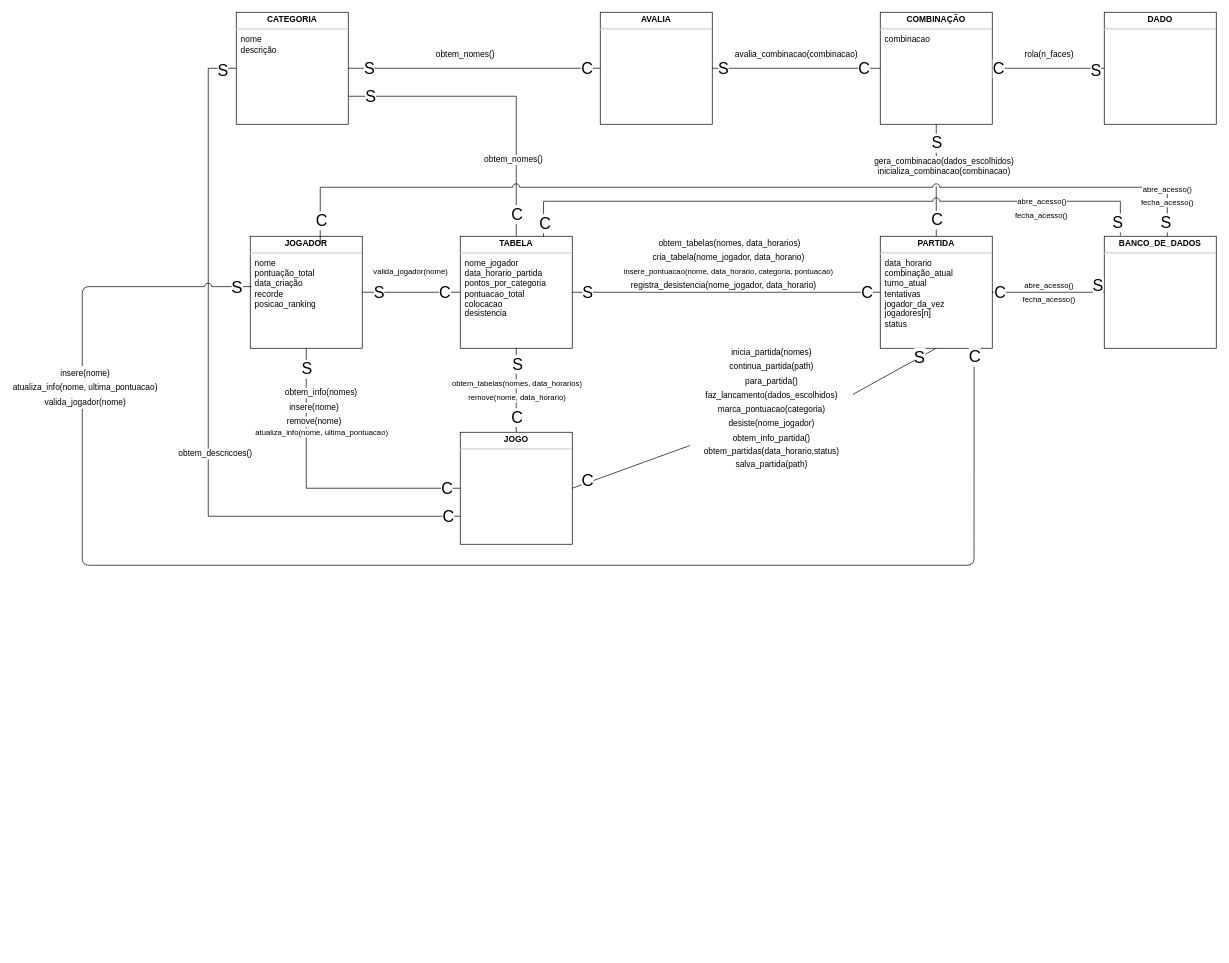
Earlier version of the draw.io diagram diagramas/diagrama_arquitetura_v2.drawio (daanielmenezes/Yahtzee). Source tidied: cells renumbered, new cells numbered last; positions are measured from the earlier drawing's top-left corner, leaving out a move shared by most shapes. Both pictures are drawn from the tidied source at 70%, with x=0, y=0 at pixel (82, 12).
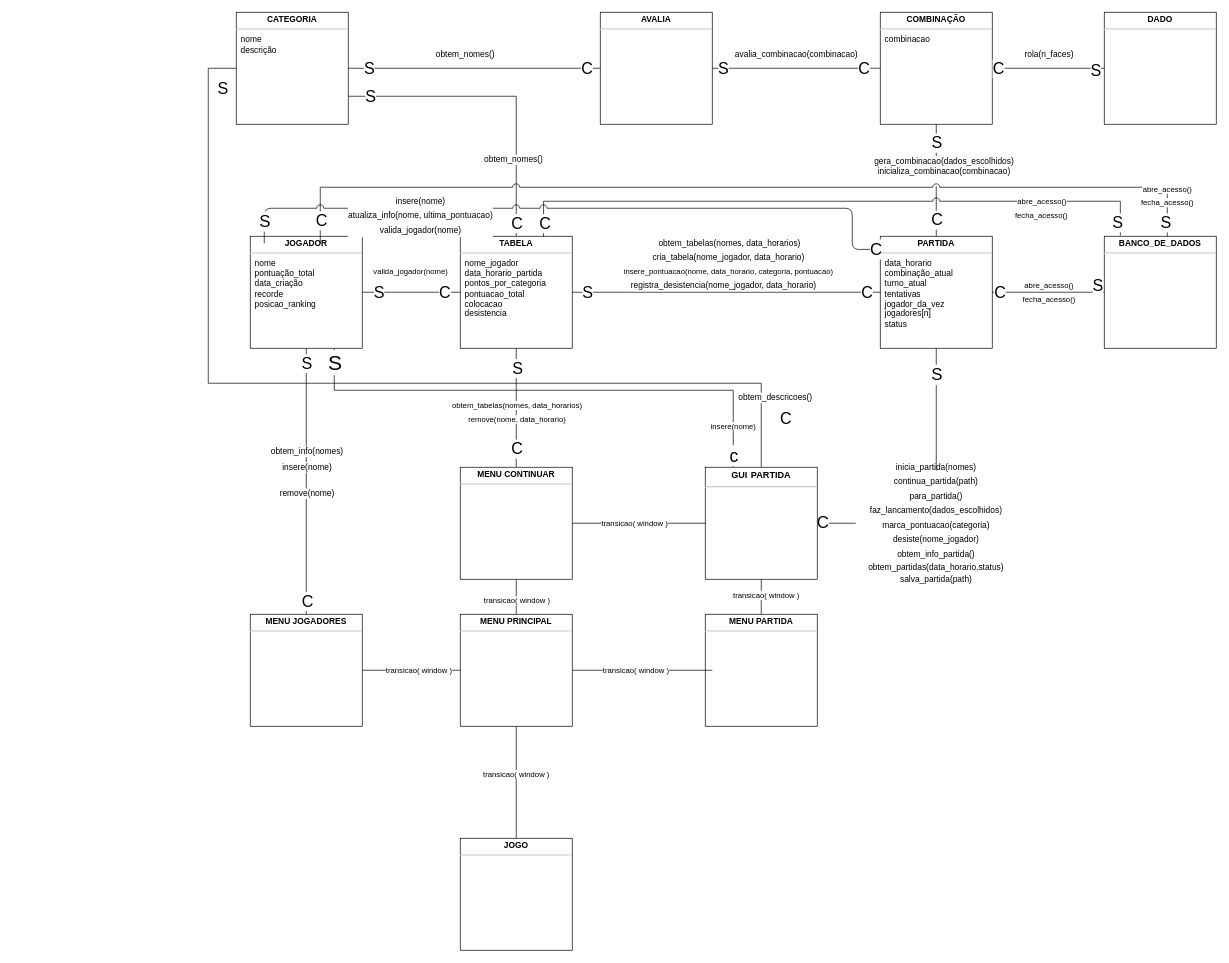
Above is the later version.

Commit message (it also covers changes not shown here):
diagrama arquitetura atualizado

The change refers to these unchanged cells:
```xml
<mxCell id="8" value="&lt;div style=&quot;margin: 4px 0px 0px 0px&quot;&gt;&lt;b&gt;PARTIDA&lt;/b&gt;&lt;/div&gt;&lt;hr&gt;&lt;div style=&quot;text-align: left&quot;&gt;&lt;span&gt;&amp;nbsp; data_&lt;/span&gt;&lt;span&gt;horario&lt;/span&gt;&lt;/div&gt;&lt;div style=&quot;text-align: left&quot;&gt;&lt;span&gt;&amp;nbsp; combinação_atual&lt;/span&gt;&lt;/div&gt;&lt;div style=&quot;text-align: left&quot;&gt;&lt;span&gt;&amp;nbsp; turno_atual&lt;/span&gt;&lt;/div&gt;&lt;div style=&quot;text-align: left&quot;&gt;&amp;nbsp; tentativas&lt;/div&gt;&lt;div style=&quot;text-align: left&quot;&gt;&lt;span&gt;&amp;nbsp; jogador_da_vez&lt;/span&gt;&lt;/div&gt;&lt;div style=&quot;text-align: left&quot;&gt;&lt;span&gt;&amp;nbsp; jogadores[n]&lt;/span&gt;&lt;/div&gt;&lt;div style=&quot;text-align: left&quot;&gt;&lt;span&gt;&amp;nbsp; status&lt;/span&gt;&lt;/div&gt;&lt;div style=&quot;text-align: left&quot;&gt;&lt;span&gt;&amp;nbsp;&amp;nbsp;&lt;/span&gt;&lt;/div&gt;" style="verticalAlign=top;align=center;overflow=fill;fontSize=12;fontFamily=Helvetica;html=1;rounded=0;shadow=0;comic=0;labelBackgroundColor=none;strokeWidth=1;spacingTop=17;" parent="1" vertex="1">
  <mxGeometry x="1140" y="320" width="160" height="160" as="geometry" />
</mxCell>
<mxCell id="14" value="&lt;p style=&quot;text-align: center ; margin: 4px 0px 0px&quot;&gt;&lt;b&gt;TABELA&lt;/b&gt;&lt;/p&gt;&lt;hr&gt;&amp;nbsp; nome_jogador&lt;br&gt;&amp;nbsp; data_horario_partida&lt;br&gt;&amp;nbsp; pontos_por_categoria&lt;br&gt;&amp;nbsp; pontuacao_total&lt;br&gt;&amp;nbsp; colocacao&lt;br&gt;&amp;nbsp; desistencia" style="verticalAlign=top;align=left;overflow=fill;fontSize=12;fontFamily=Helvetica;html=1;rounded=0;shadow=0;comic=0;labelBackgroundColor=none;strokeWidth=1;" parent="1" vertex="1">
  <mxGeometry x="540" y="320" width="160" height="160" as="geometry" />
</mxCell>
<mxCell id="15" value="&lt;p style=&quot;margin: 4px 0px 0px ; text-align: center&quot;&gt;&lt;b&gt;CATEGORIA&lt;/b&gt;&lt;/p&gt;&lt;hr&gt;&amp;nbsp; nome&lt;br&gt;&amp;nbsp; descrição" style="verticalAlign=top;align=left;overflow=fill;fontSize=12;fontFamily=Helvetica;html=1;rounded=0;shadow=0;comic=0;labelBackgroundColor=none;strokeWidth=1;" parent="1" vertex="1">
  <mxGeometry x="220" width="160" height="160" as="geometry" />
</mxCell>
<mxCell id="18" value="&lt;p style=&quot;margin: 4px 0px 0px ; text-align: center&quot;&gt;&lt;b&gt;JOGADOR&lt;/b&gt;&lt;/p&gt;&lt;hr&gt;&amp;nbsp; nome&lt;br&gt;&amp;nbsp; pontuação_total&lt;br&gt;&amp;nbsp; data_criação&lt;br&gt;&amp;nbsp; recorde&lt;br&gt;&amp;nbsp; posicao_ranking" style="verticalAlign=top;align=left;overflow=fill;fontSize=12;fontFamily=Helvetica;html=1;rounded=0;shadow=0;comic=0;labelBackgroundColor=none;strokeWidth=1;spacing=2;spacingLeft=0;" parent="1" vertex="1">
  <mxGeometry x="240" y="320" width="160" height="160" as="geometry" />
</mxCell>
<mxCell id="40" style="edgeStyle=orthogonalEdgeStyle;rounded=0;jettySize=auto;html=1;entryX=1;entryY=0.75;entryDx=0;entryDy=0;endArrow=none;endFill=0;exitX=0.5;exitY=0;exitDx=0;exitDy=0;" parent="1" edge="1" source="14" target="15">
  <mxGeometry relative="1" as="geometry" />
</mxCell>
```

What changed in the source:
```diff
@@
-    <mxCell id="2" style="edgeStyle=orthogonalEdgeStyle;rounded=0;jettySize=auto;html=1;exitX=0.5;exitY=0;exitDx=0;exitDy=0;entryX=0.5;entryY=1;entryDx=0;entryDy=0;endArrow=none;endFill=0;" parent="1" edge="1" source="7" target="14">
-      <mxGeometry relative="1" as="geometry">
-        <Array as="points">
-          <mxPoint x="620" y="560" />
-          <mxPoint x="620" y="560" />
-        </Array>
-      </mxGeometry>
+    <mxCell id="2" style="edgeStyle=orthogonalEdgeStyle;rounded=0;jettySize=auto;html=1;entryX=0.5;entryY=1;entryDx=0;entryDy=0;endArrow=none;endFill=0;exitX=0.5;exitY=0;exitDx=0;exitDy=0;" parent="1" edge="1" source="102" target="14">
+      <mxGeometry relative="1" as="geometry" />
     </mxCell>
@@
+    <mxCell id="82" style="edgeStyle=orthogonalEdgeStyle;rounded=0;jettySize=auto;html=1;endArrow=none;endFill=0;" parent="1" edge="1" source="7" target="96">
+      <mxGeometry relative="1" as="geometry" />
+    </mxCell>
+    <mxCell id="83" value="transicao( window )" style="edgeLabel;html=1;align=center;verticalAlign=middle;" parent="82" vertex="1">
+      <mxGeometry x="0.15" y="1" relative="1" as="geometry" />
+    </mxCell>
     <mxCell id="7" value="&lt;p style=&quot;margin: 4px 0px 0px ; text-align: center&quot;&gt;&lt;b&gt;JOGO&lt;/b&gt;&lt;/p&gt;&lt;hr&gt;&amp;nbsp;&amp;nbsp;&lt;br&gt;&amp;nbsp;&amp;nbsp;" style="verticalAlign=top;align=left;overflow=fill;fontSize=12;fontFamily=Helvetica;html=1;rounded=0;shadow=0;comic=0;labelBackgroundColor=none;strokeWidth=1;" parent="1" vertex="1">
-      <mxGeometry x="540" y="600" width="160" height="160" as="geometry" />
+      <mxGeometry x="540" y="1180" width="160" height="160" as="geometry" />
     </mxCell>
@@
+    <mxCell id="84" style="edgeStyle=orthogonalEdgeStyle;rounded=0;jettySize=auto;html=1;exitX=0.75;exitY=1;exitDx=0;exitDy=0;entryX=0.25;entryY=0;entryDx=0;entryDy=0;endArrow=none;endFill=0;" parent="1" edge="1" source="18" target="88">
+      <mxGeometry relative="1" as="geometry">
+        <Array as="points">
+          <mxPoint x="360" y="540" />
+          <mxPoint x="930" y="540" />
+        </Array>
+      </mxGeometry>
+    </mxCell>
+    <mxCell id="85" value="&lt;font style=&quot;font-size: 25px&quot;&gt;c&lt;/font&gt;" style="edgeLabel;html=1;align=center;verticalAlign=middle;" parent="84" vertex="1">
+      <mxGeometry x="0.95" relative="1" as="geometry" />
+    </mxCell>
+    <mxCell id="86" value="insere(nome)" style="edgeLabel;html=1;align=center;verticalAlign=middle;" parent="84" vertex="1">
+      <mxGeometry x="0.81" y="-1" relative="1" as="geometry">
+        <mxPoint y="11.4" as="offset" />
+      </mxGeometry>
+    </mxCell>
+    <mxCell id="87" value="&lt;font style=&quot;font-size: 30px&quot;&gt;S&lt;/font&gt;" style="edgeLabel;html=1;align=center;verticalAlign=middle;" parent="84" vertex="1">
+      <mxGeometry x="-0.97" y="1" relative="1" as="geometry">
+        <mxPoint x="-1" y="8" as="offset" />
+      </mxGeometry>
+    </mxCell>
@@
-    <mxCell id="19" style="edgeStyle=orthogonalEdgeStyle;rounded=0;jettySize=auto;html=1;entryX=0.5;entryY=1;entryDx=0;entryDy=0;endArrow=none;endFill=0;exitX=0;exitY=0.5;exitDx=0;exitDy=0;" parent="1" edge="1" source="7" target="18">
+    <mxCell id="19" style="edgeStyle=orthogonalEdgeStyle;rounded=0;jettySize=auto;html=1;entryX=0.5;entryY=1;entryDx=0;entryDy=0;endArrow=none;endFill=0;exitX=0.5;exitY=0;exitDx=0;exitDy=0;" parent="1" edge="1" source="97" target="18">
       <mxGeometry relative="1" as="geometry" />
     </mxCell>
@@
     <mxCell id="21" value="&lt;font style=&quot;font-size: 23px&quot;&gt;S&lt;/font&gt;" style="edgeLabel;html=1;align=center;verticalAlign=middle;" parent="19" vertex="1">
       <mxGeometry x="0.86" y="-2" relative="1" as="geometry">
-        <mxPoint x="-2" as="offset" />
+        <mxPoint x="-2" y="-5.7" as="offset" />
       </mxGeometry>
     </mxCell>
     <mxCell id="22" value="&lt;span style=&quot;font-size: 12px&quot;&gt;insere(nome)&lt;/span&gt;" style="edgeLabel;html=1;align=center;verticalAlign=middle;" parent="19" vertex="1">
       <mxGeometry x="0.24" y="-46" relative="1" as="geometry">
-        <mxPoint x="-36" y="-76" as="offset" />
+        <mxPoint x="-46" y="25.8" as="offset" />
       </mxGeometry>
     </mxCell>
     <mxCell id="23" value="&lt;font style=&quot;font-size: 12px&quot;&gt;obtem_info(nomes)&lt;/font&gt;" style="edgeLabel;html=1;align=center;verticalAlign=middle;" parent="19" vertex="1">
       <mxGeometry x="0.25" y="-34" relative="1" as="geometry">
-        <mxPoint x="-14" y="-93.6" as="offset" />
+        <mxPoint x="-34" y="5.8" as="offset" />
       </mxGeometry>
     </mxCell>
     <mxCell id="24" value="&lt;font style=&quot;font-size: 12px&quot;&gt;remove(nome)&lt;/font&gt;" style="edgeLabel;html=1;align=center;verticalAlign=middle;" parent="19" vertex="1">
       <mxGeometry x="0.07" y="-80" relative="1" as="geometry">
-        <mxPoint x="-69.9" y="-90.1" as="offset" />
+        <mxPoint x="-80" y="30.8" as="offset" />
       </mxGeometry>
     </mxCell>
-    <mxCell id="25" value="atualiza_info(nome, ultima_pontuacao)" style="edgeLabel;html=1;align=center;verticalAlign=middle;" parent="19" vertex="1">
-      <mxGeometry x="0.04" y="-81" relative="1" as="geometry">
-        <mxPoint x="19" y="1" as="offset" />
-      </mxGeometry>
-    </mxCell>
@@
     <mxCell id="41" value="&lt;font style=&quot;font-size: 23px&quot;&gt;C&lt;/font&gt;" style="edgeLabel;html=1;align=center;verticalAlign=middle;" parent="40" vertex="1">
       <mxGeometry x="-0.9" relative="1" as="geometry">
-        <mxPoint y="-9.7" as="offset" />
+        <mxPoint y="3" as="offset" />
       </mxGeometry>
     </mxCell>
@@
-    <mxCell id="52" style="edgeStyle=orthogonalEdgeStyle;rounded=0;jettySize=auto;html=1;entryX=0;entryY=0.5;entryDx=0;entryDy=0;endArrow=none;endFill=0;exitX=0;exitY=0.75;exitDx=0;exitDy=0;" parent="1" edge="1" source="7" target="15">
+    <mxCell id="52" style="edgeStyle=orthogonalEdgeStyle;rounded=0;jettySize=auto;html=1;entryX=0;entryY=0.5;entryDx=0;entryDy=0;endArrow=none;endFill=0;" parent="1" edge="1" source="88" target="15">
       <mxGeometry relative="1" as="geometry">
         <Array as="points">
-          <mxPoint x="180" y="720" />
+          <mxPoint x="970" y="530" />
+          <mxPoint x="180" y="530" />
           <mxPoint x="180" y="80" />
         </Array>
       </mxGeometry>
     </mxCell>
@@
     <mxCell id="55" value="&lt;font style=&quot;font-size: 12px&quot;&gt;obtem_descricoes()&lt;/font&gt;" style="edgeLabel;html=1;align=center;verticalAlign=middle;" parent="52" vertex="1">
       <mxGeometry x="0.25" y="-34" relative="1" as="geometry">
-        <mxPoint x="-24.1" y="200" as="offset" />
+        <mxPoint x="774.3" y="54" as="offset" />
       </mxGeometry>
     </mxCell>
@@
-    <mxCell id="73" style="endArrow=none;html=1;exitX=1.004;exitY=0.373;exitDx=0;exitDy=0;entryX=0.5;entryY=1;entryDx=0;entryDy=0;exitPerimeter=0;" parent="1" edge="1" source="75" target="8">
+    <mxCell id="73" style="endArrow=none;html=1;exitX=0.5;exitY=0;exitDx=0;exitDy=0;entryX=0.5;entryY=1;entryDx=0;entryDy=0;" parent="1" edge="1" source="75" target="8">
       <mxGeometry relative="1" as="geometry" />
     </mxCell>
@@
     <mxCell id="75" value="&lt;font style=&quot;font-size: 12px ; line-height: 150%&quot;&gt;&lt;font style=&quot;font-size: 12px ; line-height: 170%&quot;&gt;inicia_partida(nomes)&lt;br&gt;continua_partida(path)&lt;br&gt;para_partida()&lt;br&gt;faz_lancamento(dados_escolhidos)&lt;br&gt;marca_pontuacao(categoria)&lt;br&gt;desiste(nome_jogador)&lt;br&gt;obtem_info_partida(&lt;/font&gt;)&lt;br&gt;obtem_partidas(data_horario,status)&lt;br&gt;salva_partida(path)&lt;br&gt;&lt;/font&gt;" style="text;html=1;strokeColor=none;fillColor=none;align=center;verticalAlign=middle;whiteSpace=wrap;rounded=0;" parent="1" vertex="1">
-      <mxGeometry x="870" y="490" width="230" height="150" as="geometry" />
+      <mxGeometry x="1105" y="655" width="230" height="150" as="geometry" />
     </mxCell>
-    <mxCell id="76" style="endArrow=none;html=1;exitX=1;exitY=0.5;exitDx=0;exitDy=0;entryX=-0.009;entryY=0.86;entryDx=0;entryDy=0;entryPerimeter=0;" parent="1" edge="1" source="7" target="75">
-      <mxGeometry relative="1" as="geometry">
-        <Array as="points">
-          <mxPoint x="810" y="640" />
-        </Array>
-      </mxGeometry>
+    <mxCell id="76" style="endArrow=none;html=1;exitX=1;exitY=0.5;exitDx=0;exitDy=0;" parent="1" edge="1" source="88" target="75">
+      <mxGeometry relative="1" as="geometry" />
     </mxCell>
@@
-    <mxCell id="78" style="endArrow=none;html=1;entryX=0.838;entryY=1;entryDx=0;entryDy=0;entryPerimeter=0;exitX=0.013;exitY=0.45;exitDx=0;exitDy=0;exitPerimeter=0;jumpStyle=arc;jumpSize=10;" parent="1" edge="1" source="18" target="8">
+    <mxCell id="78" style="endArrow=none;html=1;entryX=-0.009;entryY=0.116;entryDx=0;entryDy=0;entryPerimeter=0;jumpStyle=arc;jumpSize=10;" parent="1" edge="1" target="8">
       <mxGeometry relative="1" as="geometry">
+        <mxPoint x="260" y="330" as="sourcePoint" />
         <Array as="points">
-          <mxPoint y="392" />
-          <mxPoint y="790" />
-          <mxPoint x="1274" y="790" />
+          <mxPoint x="260" y="280" />
+          <mxPoint x="1100" y="280" />
+          <mxPoint x="1100" y="339" />
         </Array>
       </mxGeometry>
     </mxCell>
     <mxCell id="79" value="&lt;font style=&quot;font-size: 12px ; line-height: 170%&quot;&gt;insere(nome)&lt;br&gt;atualiza_info(nome, ultima_pontuacao)&lt;br&gt;valida_jogador(nome)&lt;br&gt;&lt;/font&gt;" style="edgeLabel;html=1;align=center;verticalAlign=middle;" parent="78" vertex="1">
       <mxGeometry x="-0.74" y="3" relative="1" as="geometry">
-        <mxPoint y="96.1" as="offset" />
+        <mxPoint x="144.1" y="13" as="offset" />
       </mxGeometry>
     </mxCell>
     <mxCell id="80" value="&lt;font style=&quot;font-size: 24px&quot;&gt;S&lt;/font&gt;" style="edgeLabel;html=1;align=center;verticalAlign=middle;" parent="78" vertex="1">
-      <mxGeometry x="-0.98" relative="1" as="geometry" />
+      <mxGeometry x="-0.98" relative="1" as="geometry">
+        <mxPoint y="-21.4" as="offset" />
+      </mxGeometry>
     </mxCell>
@@
+    <mxCell id="88" value="&lt;div style=&quot;text-align: center&quot;&gt;&lt;b&gt;&lt;span style=&quot;font-size: 13px&quot;&gt;GUI&lt;/span&gt;&lt;font style=&quot;font-size: 18px&quot;&gt; &lt;/font&gt;&lt;span style=&quot;font-size: 13px&quot;&gt;PARTIDA&lt;/span&gt;&lt;/b&gt;&lt;/div&gt;&lt;div style=&quot;text-align: center&quot;&gt;&lt;hr&gt;&lt;/div&gt;&lt;p style=&quot;margin: 4px 0px 0px ; text-align: center&quot;&gt;&lt;/p&gt;" style="verticalAlign=top;align=left;overflow=fill;fontSize=12;fontFamily=Helvetica;html=1;rounded=0;shadow=0;comic=0;labelBackgroundColor=none;strokeWidth=1;" parent="1" vertex="1">
+      <mxGeometry x="890" y="650" width="160" height="160" as="geometry" />
+    </mxCell>
+    <mxCell id="89" style="edgeStyle=orthogonalEdgeStyle;rounded=0;jettySize=auto;html=1;exitX=0.5;exitY=0;exitDx=0;exitDy=0;endArrow=none;endFill=0;" parent="1" edge="1" source="91" target="88">
+      <mxGeometry relative="1" as="geometry">
+        <Array as="points">
+          <mxPoint x="970" y="850" />
+          <mxPoint x="970" y="850" />
+        </Array>
+      </mxGeometry>
+    </mxCell>
+    <mxCell id="90" value="transicao( window )" style="edgeLabel;html=1;align=center;verticalAlign=middle;" parent="89" vertex="1">
+      <mxGeometry x="-0.41" relative="1" as="geometry">
+        <mxPoint x="6" y="-12.2" as="offset" />
+      </mxGeometry>
+    </mxCell>
+    <mxCell id="91" value="&lt;p style=&quot;margin: 4px 0px 0px ; text-align: center&quot;&gt;&lt;b&gt;MENU PARTIDA&lt;/b&gt;&lt;/p&gt;&lt;hr&gt;&amp;nbsp;&amp;nbsp;&lt;br&gt;&amp;nbsp;&amp;nbsp;" style="verticalAlign=top;align=left;overflow=fill;fontSize=12;fontFamily=Helvetica;html=1;rounded=0;shadow=0;comic=0;labelBackgroundColor=none;strokeWidth=1;" parent="1" vertex="1">
+      <mxGeometry x="890" y="860" width="160" height="160" as="geometry" />
+    </mxCell>
+    <mxCell id="92" style="edgeStyle=orthogonalEdgeStyle;rounded=0;jettySize=auto;html=1;exitX=0.5;exitY=0;exitDx=0;exitDy=0;entryX=0.5;entryY=1;entryDx=0;entryDy=0;endArrow=none;endFill=0;" parent="1" edge="1" source="96" target="102">
+      <mxGeometry relative="1" as="geometry">
+        <Array as="points">
+          <mxPoint x="620" y="850" />
+          <mxPoint x="620" y="850" />
+        </Array>
+      </mxGeometry>
+    </mxCell>
+    <mxCell id="93" value="transicao( window )" style="edgeLabel;html=1;align=center;verticalAlign=middle;" parent="92" vertex="1">
+      <mxGeometry x="-0.4" y="-1" relative="1" as="geometry">
+        <mxPoint x="-1" y="-4.8" as="offset" />
+      </mxGeometry>
+    </mxCell>
+    <mxCell id="94" style="edgeStyle=orthogonalEdgeStyle;rounded=0;jettySize=auto;html=1;exitX=1;exitY=0.5;exitDx=0;exitDy=0;entryX=0.063;entryY=0.5;entryDx=0;entryDy=0;entryPerimeter=0;endArrow=none;endFill=0;" parent="1" edge="1" source="96" target="91">
+      <mxGeometry relative="1" as="geometry" />
+    </mxCell>
+    <mxCell id="95" value="transicao( window )" style="edgeLabel;html=1;align=center;verticalAlign=middle;" parent="94" vertex="1">
+      <mxGeometry x="-0.3" y="-5" relative="1" as="geometry">
+        <mxPoint x="20.6" y="-5" as="offset" />
+      </mxGeometry>
+    </mxCell>
+    <mxCell id="96" value="&lt;p style=&quot;margin: 4px 0px 0px ; text-align: center&quot;&gt;&lt;b&gt;MENU PRINCIPAL&lt;/b&gt;&lt;/p&gt;&lt;hr&gt;&amp;nbsp;&amp;nbsp;&lt;br&gt;&amp;nbsp;&amp;nbsp;" style="verticalAlign=top;align=left;overflow=fill;fontSize=12;fontFamily=Helvetica;html=1;rounded=0;shadow=0;comic=0;labelBackgroundColor=none;strokeWidth=1;" parent="1" vertex="1">
+      <mxGeometry x="540" y="860" width="160" height="160" as="geometry" />
+    </mxCell>
+    <mxCell id="97" value="&lt;p style=&quot;margin: 4px 0px 0px ; text-align: center&quot;&gt;&lt;b&gt;MENU JOGADORES&lt;/b&gt;&lt;/p&gt;&lt;hr&gt;&amp;nbsp;&amp;nbsp;&lt;br&gt;&amp;nbsp;&amp;nbsp;" style="verticalAlign=top;align=left;overflow=fill;fontSize=12;fontFamily=Helvetica;html=1;rounded=0;shadow=0;comic=0;labelBackgroundColor=none;strokeWidth=1;" parent="1" vertex="1">
+      <mxGeometry x="240" y="860" width="160" height="160" as="geometry" />
+    </mxCell>
+    <mxCell id="98" style="edgeStyle=orthogonalEdgeStyle;rounded=0;jettySize=auto;html=1;exitX=0;exitY=0.5;exitDx=0;exitDy=0;endArrow=none;endFill=0;" parent="1" edge="1" source="96" target="97">
+      <mxGeometry relative="1" as="geometry" />
+    </mxCell>
+    <mxCell id="99" value="transicao( window )" style="edgeLabel;html=1;align=center;verticalAlign=middle;" parent="98" vertex="1">
+      <mxGeometry x="-0.15" relative="1" as="geometry" />
+    </mxCell>
+    <mxCell id="100" style="edgeStyle=orthogonalEdgeStyle;rounded=0;jettySize=auto;html=1;exitX=1;exitY=0.5;exitDx=0;exitDy=0;entryX=0;entryY=0.5;entryDx=0;entryDy=0;endArrow=none;endFill=0;" parent="1" edge="1" source="102" target="88">
+      <mxGeometry relative="1" as="geometry" />
+    </mxCell>
+    <mxCell id="101" value="transicao( window )" style="edgeLabel;html=1;align=center;verticalAlign=middle;" parent="100" vertex="1">
+      <mxGeometry x="-0.07" y="1" relative="1" as="geometry" />
+    </mxCell>
+    <mxCell id="102" value="&lt;p style=&quot;margin: 4px 0px 0px ; text-align: center&quot;&gt;&lt;b&gt;MENU CONTINUAR&lt;/b&gt;&lt;/p&gt;&lt;hr&gt;&amp;nbsp;&amp;nbsp;&lt;br&gt;&amp;nbsp;&amp;nbsp;" style="verticalAlign=top;align=left;overflow=fill;fontSize=12;fontFamily=Helvetica;html=1;rounded=0;shadow=0;comic=0;labelBackgroundColor=none;strokeWidth=1;" parent="1" vertex="1">
+      <mxGeometry x="540" y="650" width="160" height="160" as="geometry" />
+    </mxCell>
```
